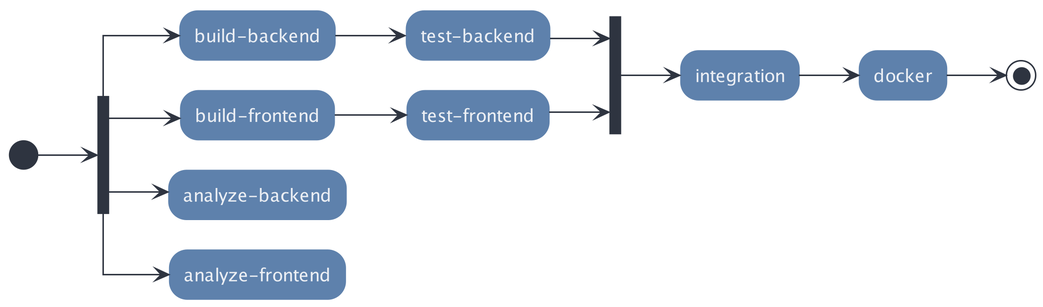
The PlantUML diagram Presentation/PaRkTeX/images/ci_activity.png in pse-parkview/Parkview, before a commit.
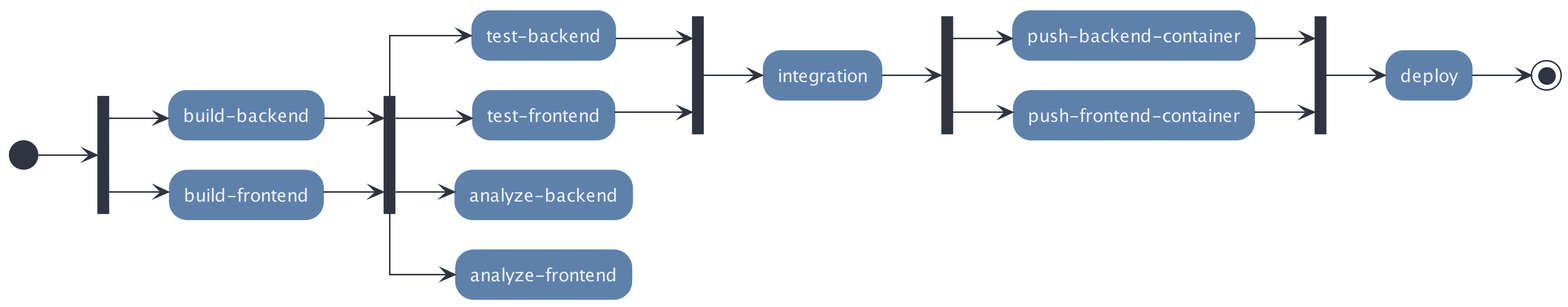
Above is the later version.

Commit message:
fix activity diagram

The edit, as a diff of the source:
```diff
@@ -19,18 +19,30 @@
 
 (*) --> ===b1===
 --> "build-backend"
---> "test-backend"
 --> ===b2===
 
+
 ===b1=== --> "build-frontend"
---> "test-frontend"
 --> ===b2===
 
-===b1=== --> "analyze-backend"
-===b1=== --> "analyze-frontend"
+===b2=== --> "test-backend"
+--> ===b3===
 
-===b2=== --> "integration"
---> "docker"
+===b2=== --> "test-frontend"
+--> ===b3===
+
+===b2=== --> "analyze-backend"
+===b2=== --> "analyze-frontend"
+
+===b3=== --> "integration"
+--> ===b4===
+
+===b4=== --> "push-backend-container"
+--> ===b5===
+===b4=== --> "push-frontend-container"
+--> ===b5===
+
+--> "deploy"
 --> (*)
 
 @enduml
```
